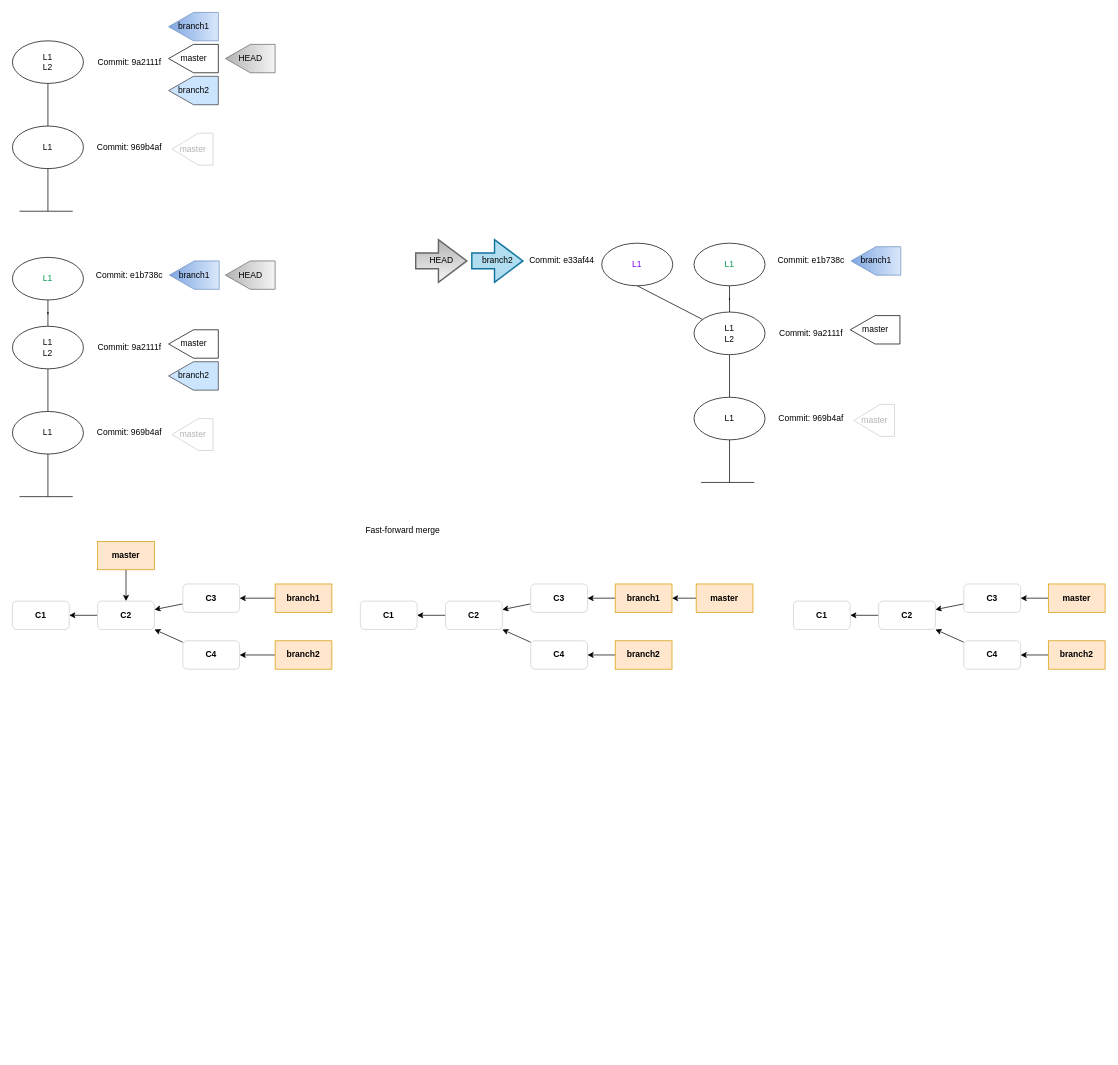
Before: Untitled Diagram.drawio in agabhinav/git-basics, a draw.io diagram. Source tidied: cells renumbered, new cells numbered last; positions are measured from the earlier drawing's top-left corner, leaving out a move shared by most shapes. Both pictures are drawn from the tidied source at 71%, with x=0, y=0 at pixel (12, 1).
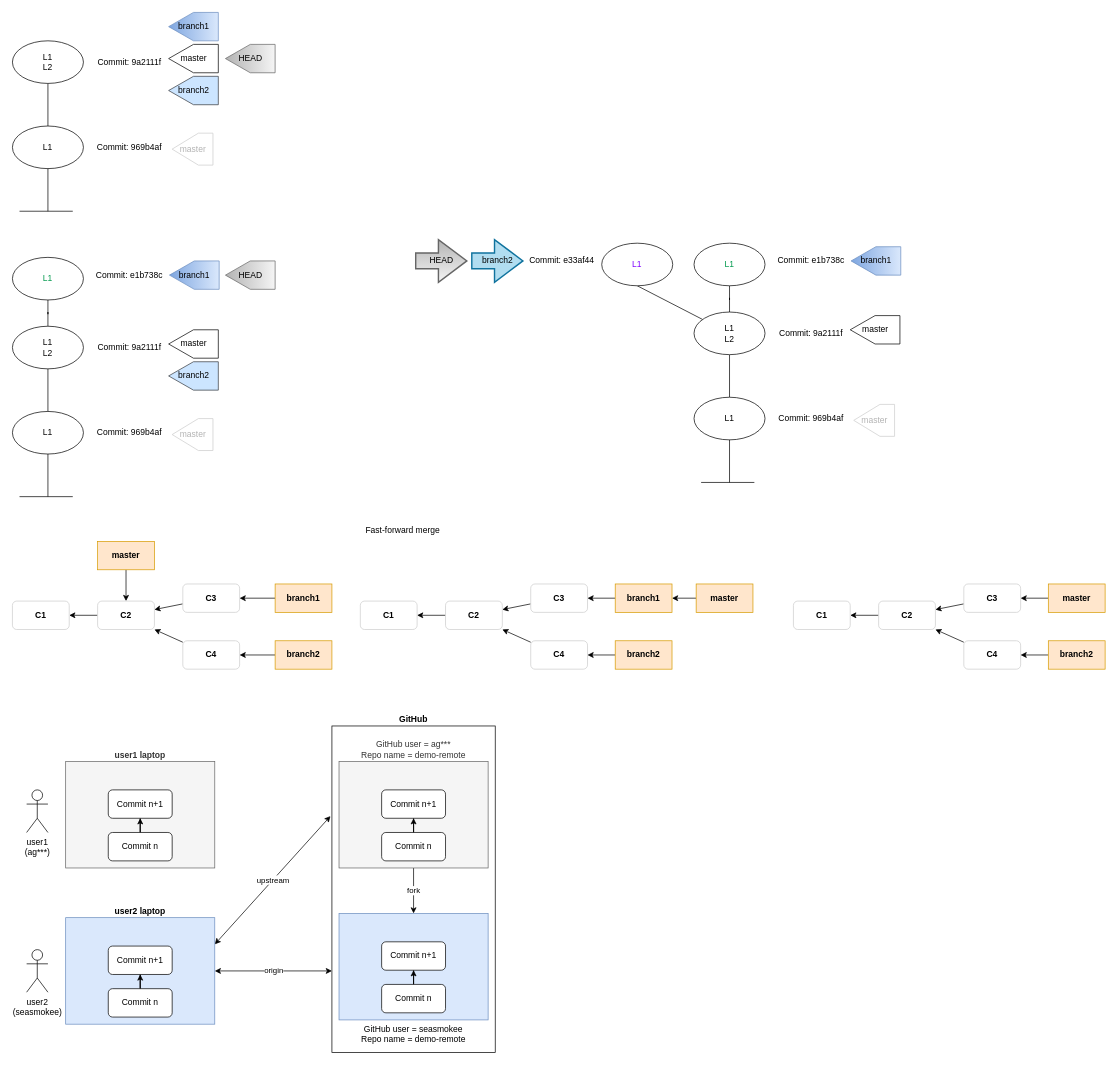
After the change.

What changed in the source:
```diff
@@
+    <mxCell id="85" value="&lt;b&gt;GitHub&lt;/b&gt;" style="rounded=0;whiteSpace=wrap;html=1;labelPosition=center;verticalLabelPosition=top;align=center;verticalAlign=bottom;" parent="1" vertex="1">
+      <mxGeometry x="450" y="1020" width="230" height="460" as="geometry" />
+    </mxCell>
@@
+    <mxCell id="86" value="fork" style="edgeStyle=orthogonalEdgeStyle;rounded=0;jettySize=auto;html=1;entryX=0.5;entryY=0;entryDx=0;entryDy=0;" parent="1" edge="1" source="87" target="91">
+      <mxGeometry relative="1" as="geometry" />
+    </mxCell>
+    <mxCell id="87" value="GitHub user = ag***&lt;br&gt;Repo name = demo-remote" style="rounded=0;whiteSpace=wrap;html=1;labelPosition=center;verticalLabelPosition=top;align=center;verticalAlign=bottom;fillColor=#f5f5f5;fontColor=#333333;strokeColor=#666666;" parent="1" vertex="1">
+      <mxGeometry x="460" y="1070" width="210" height="150" as="geometry" />
+    </mxCell>
+    <mxCell id="88" style="edgeStyle=orthogonalEdgeStyle;rounded=0;jettySize=auto;html=1;" parent="1" edge="1" source="89" target="90">
+      <mxGeometry relative="1" as="geometry" />
+    </mxCell>
+    <mxCell id="89" value="Commit n" style="rounded=1;whiteSpace=wrap;html=1;" parent="1" vertex="1">
+      <mxGeometry x="520" y="1170" width="90" height="40" as="geometry" />
+    </mxCell>
+    <mxCell id="90" value="Commit n+1" style="rounded=1;whiteSpace=wrap;html=1;" parent="1" vertex="1">
+      <mxGeometry x="520" y="1110" width="90" height="40" as="geometry" />
+    </mxCell>
+    <mxCell id="91" value="GitHub user = seasmokee&lt;br&gt;Repo name = demo-remote" style="rounded=0;whiteSpace=wrap;html=1;labelPosition=center;verticalLabelPosition=bottom;align=center;verticalAlign=top;fillColor=#dae8fc;strokeColor=#6c8ebf;" parent="1" vertex="1">
+      <mxGeometry x="460" y="1284" width="210" height="150" as="geometry" />
+    </mxCell>
+    <mxCell id="92" style="edgeStyle=orthogonalEdgeStyle;rounded=0;jettySize=auto;html=1;" parent="1" edge="1" source="93" target="94">
+      <mxGeometry relative="1" as="geometry" />
+    </mxCell>
+    <mxCell id="93" value="Commit n" style="rounded=1;whiteSpace=wrap;html=1;" parent="1" vertex="1">
+      <mxGeometry x="520" y="1384" width="90" height="40" as="geometry" />
+    </mxCell>
+    <mxCell id="94" value="Commit n+1" style="rounded=1;whiteSpace=wrap;html=1;" parent="1" vertex="1">
+      <mxGeometry x="520" y="1324" width="90" height="40" as="geometry" />
+    </mxCell>
+    <mxCell id="95" value="&lt;b&gt;user1 laptop&lt;/b&gt;" style="rounded=0;whiteSpace=wrap;html=1;labelPosition=center;verticalLabelPosition=top;align=center;verticalAlign=bottom;fillColor=#f5f5f5;fontColor=#333333;strokeColor=#666666;" parent="1" vertex="1">
+      <mxGeometry x="75" y="1070" width="210" height="150" as="geometry" />
+    </mxCell>
+    <mxCell id="96" style="edgeStyle=orthogonalEdgeStyle;rounded=0;jettySize=auto;html=1;" parent="1" edge="1" source="97" target="98">
+      <mxGeometry relative="1" as="geometry" />
+    </mxCell>
+    <mxCell id="97" value="Commit n" style="rounded=1;whiteSpace=wrap;html=1;" parent="1" vertex="1">
+      <mxGeometry x="135" y="1170" width="90" height="40" as="geometry" />
+    </mxCell>
+    <mxCell id="98" value="Commit n+1" style="rounded=1;whiteSpace=wrap;html=1;" parent="1" vertex="1">
+      <mxGeometry x="135" y="1110" width="90" height="40" as="geometry" />
+    </mxCell>
+    <mxCell id="99" value="origin" style="edgeStyle=orthogonalEdgeStyle;rounded=0;jettySize=auto;html=1;entryX=0;entryY=0.75;entryDx=0;entryDy=0;startArrow=classic;startFill=1;" parent="1" edge="1" source="101" target="85">
+      <mxGeometry relative="1" as="geometry" />
+    </mxCell>
+    <mxCell id="100" value="upstream" style="rounded=0;jettySize=auto;html=1;exitX=1;exitY=0.25;exitDx=0;exitDy=0;entryX=-0.009;entryY=0.276;entryDx=0;entryDy=0;startArrow=classic;startFill=1;entryPerimeter=0;" parent="1" edge="1" source="101" target="85">
+      <mxGeometry relative="1" as="geometry" />
+    </mxCell>
+    <mxCell id="101" value="&lt;b&gt;user2 laptop&lt;/b&gt;" style="rounded=0;whiteSpace=wrap;html=1;labelPosition=center;verticalLabelPosition=top;align=center;verticalAlign=bottom;fillColor=#dae8fc;strokeColor=#6c8ebf;" parent="1" vertex="1">
+      <mxGeometry x="75" y="1290" width="210" height="150" as="geometry" />
+    </mxCell>
+    <mxCell id="102" style="edgeStyle=orthogonalEdgeStyle;rounded=0;jettySize=auto;html=1;" parent="1" edge="1" source="103" target="104">
+      <mxGeometry relative="1" as="geometry" />
+    </mxCell>
+    <mxCell id="103" value="Commit n" style="rounded=1;whiteSpace=wrap;html=1;" parent="1" vertex="1">
+      <mxGeometry x="135" y="1390" width="90" height="40" as="geometry" />
+    </mxCell>
+    <mxCell id="104" value="Commit n+1" style="rounded=1;whiteSpace=wrap;html=1;" parent="1" vertex="1">
+      <mxGeometry x="135" y="1330" width="90" height="40" as="geometry" />
+    </mxCell>
+    <mxCell id="105" value="user1 &lt;br&gt;(ag***)" style="shape=umlActor;verticalLabelPosition=bottom;verticalAlign=top;html=1;" parent="1" vertex="1">
+      <mxGeometry x="20" y="1110" width="30" height="60" as="geometry" />
+    </mxCell>
+    <mxCell id="106" value="user2 &lt;br&gt;(seasmokee)" style="shape=umlActor;verticalLabelPosition=bottom;verticalAlign=top;html=1;" parent="1" vertex="1">
+      <mxGeometry x="20" y="1335" width="30" height="60" as="geometry" />
+    </mxCell>
```
